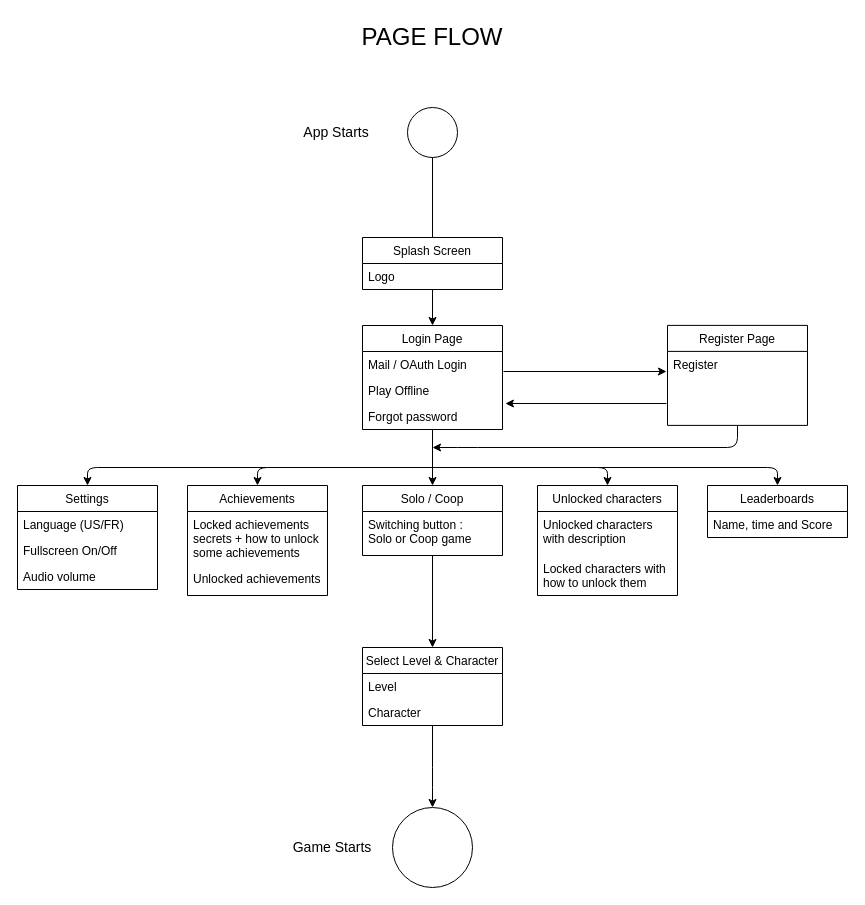
RomainGsd/Binus-GameDesign keeps this draw.io diagram as GameDesign.drawio. Above is the earlier version. Source tidied: cells renumbered, new cells numbered last; positions are measured from the earlier drawing's top-left corner, leaving out a move shared by most shapes. Both pictures are drawn from the tidied source at 100%, with x=0, y=0 at pixel (17, 17).
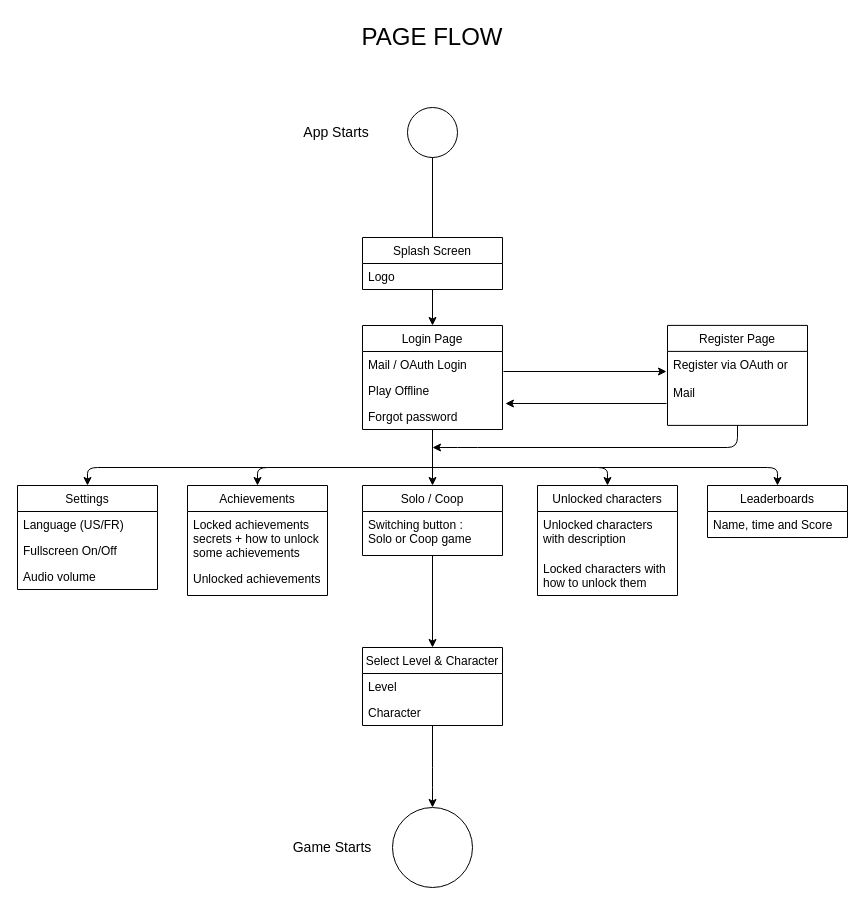
Above is the later version.

The change refers to these unchanged cells:
```xml
<mxCell id="13" value="Register Page" style="swimlane;fontStyle=0;horizontal=1;startSize=26;fillColor=none;" parent="1" vertex="1">
  <mxGeometry x="650" y="307.9" width="140" height="100" as="geometry" />
</mxCell>
```

Change to the diagram source:
```diff
@@
-    <mxCell id="14" value="Register" style="text;strokeColor=none;fillColor=none;align=left;verticalAlign=top;spacingLeft=4;spacingRight=4;overflow=hidden;" parent="13" vertex="1">
+    <mxCell id="14" value="Register via OAuth or &#10;&#10;Mail" style="text;strokeColor=none;fillColor=none;align=left;verticalAlign=top;spacingLeft=4;spacingRight=4;overflow=hidden;" parent="13" vertex="1">
       <mxGeometry y="26" width="140" height="74" as="geometry" />
     </mxCell>
```
